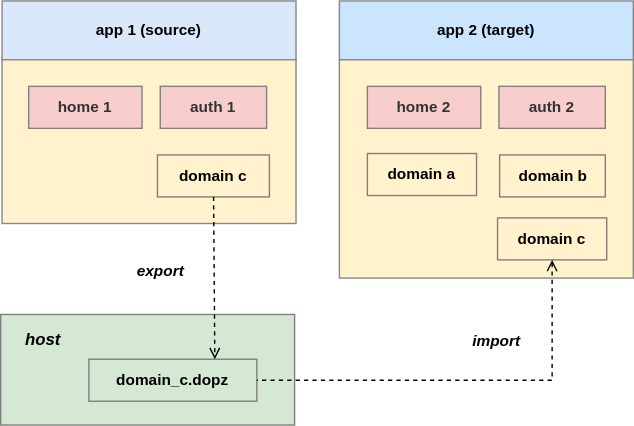
Before: docs/diagrams/pigal_module_flows.drawio.svg, a diagram exported from draw.io (MalcomChumchouaPenda/Pigal-Flask). Source tidied: cells renumbered, new cells last; positions are measured from the earlier drawing's top-left corner, leaving out a move shared by most shapes.
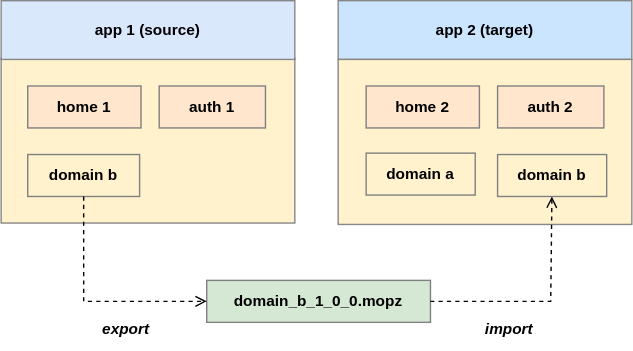
After the commit.

Diff of the diagram source:
```diff
@@ -9,59 +9,54 @@
       <mxGeometry x="242" width="210" height="42" as="geometry" />
     </mxCell>
     <mxCell id="4" value="import" style="text;html=1;strokeColor=none;fillColor=none;align=center;verticalAlign=middle;rounded=0;fontStyle=3;fontSize=11;" parent="1" vertex="1">
-      <mxGeometry x="330" y="228" width="48.8" height="30" as="geometry" />
+      <mxGeometry x="340" y="220" width="48.8" height="30" as="geometry" />
     </mxCell>
     <mxCell id="5" value="app 1 (source)" style="rounded=0;whiteSpace=wrap;html=1;fillColor=#dae8fc;fontStyle=1;fontSize=11;strokeColor=#878787;" parent="1" vertex="1">
       <mxGeometry x="1" width="210" height="42" as="geometry" />
     </mxCell>
     <mxCell id="6" style="rounded=0;whiteSpace=wrap;html=1;fillColor=#FFF2CC;strokeColor=#878787;fontStyle=1;fontSize=11;" parent="1" vertex="1">
-      <mxGeometry x="242" y="42" width="210" height="156" as="geometry" />
+      <mxGeometry x="242" y="42" width="210" height="118" as="geometry" />
     </mxCell>
-    <mxCell id="7" value="home 1" style="text;html=1;align=center;verticalAlign=middle;whiteSpace=wrap;rounded=0;fontSize=11;fontStyle=1;fillColor=#F8CECC;fontColor=#333333;strokeColor=#808080;" parent="1" vertex="1">
+    <mxCell id="7" value="home 1" style="text;html=1;align=center;verticalAlign=middle;whiteSpace=wrap;rounded=0;fontSize=11;fontStyle=1;fillColor=#ffe6cc;strokeColor=#808080;" parent="1" vertex="1">
       <mxGeometry x="20" y="61" width="81" height="30" as="geometry" />
     </mxCell>
-    <mxCell id="8" value="domain c" style="text;html=1;align=center;verticalAlign=middle;whiteSpace=wrap;rounded=0;fontSize=11;fontStyle=1;fillColor=none;strokeColor=#808080;" parent="1" vertex="1">
-      <mxGeometry x="112" y="110" width="80" height="30" as="geometry" />
+    <mxCell id="8" value="domain b" style="text;html=1;align=center;verticalAlign=middle;whiteSpace=wrap;rounded=0;fontSize=11;fontStyle=1;fillColor=none;strokeColor=#808080;" parent="1" vertex="1">
+      <mxGeometry x="20" y="110" width="80" height="30" as="geometry" />
     </mxCell>
-    <mxCell id="9" value="auth 1" style="text;html=1;align=center;verticalAlign=middle;whiteSpace=wrap;rounded=0;fontSize=11;fontStyle=1;fillColor=#F8CECC;fontColor=#333333;strokeColor=#808080;" parent="1" vertex="1">
+    <mxCell id="9" value="auth 1" style="text;html=1;align=center;verticalAlign=middle;whiteSpace=wrap;rounded=0;fontSize=11;fontStyle=1;fillColor=#ffe6cc;strokeColor=#808080;" parent="1" vertex="1">
       <mxGeometry x="114" y="61" width="76" height="30" as="geometry" />
     </mxCell>
-    <mxCell id="10" value="home 2" style="text;html=1;align=center;verticalAlign=middle;whiteSpace=wrap;rounded=0;fontSize=11;fontStyle=1;fillColor=#F8CECC;fontColor=#333333;strokeColor=#808080;" parent="1" vertex="1">
+    <mxCell id="10" value="home 2" style="text;html=1;align=center;verticalAlign=middle;whiteSpace=wrap;rounded=0;fontSize=11;fontStyle=1;fillColor=#FFE6CC;strokeColor=#808080;" parent="1" vertex="1">
       <mxGeometry x="262" y="61" width="81" height="30" as="geometry" />
     </mxCell>
     <mxCell id="11" value="domain a" style="text;html=1;align=center;verticalAlign=middle;whiteSpace=wrap;rounded=0;fontSize=11;fontStyle=1;fillColor=none;strokeColor=#808080;" parent="1" vertex="1">
       <mxGeometry x="262" y="109" width="78" height="30" as="geometry" />
     </mxCell>
-    <mxCell id="12" value="auth 2" style="text;html=1;align=center;verticalAlign=middle;whiteSpace=wrap;rounded=0;fontSize=11;fontStyle=1;fillColor=#F8CECC;fontColor=#333333;strokeColor=#808080;" parent="1" vertex="1">
+    <mxCell id="12" value="auth 2" style="text;html=1;align=center;verticalAlign=middle;whiteSpace=wrap;rounded=0;fontSize=11;fontStyle=1;fillColor=#ffe6cc;strokeColor=#808080;" parent="1" vertex="1">
       <mxGeometry x="356" y="61" width="76" height="30" as="geometry" />
     </mxCell>
-    <mxCell id="13" value="domain b" style="text;html=1;align=center;verticalAlign=middle;whiteSpace=wrap;rounded=0;fontSize=11;fontStyle=1;fillColor=none;strokeColor=#808080;" parent="1" vertex="1">
-      <mxGeometry x="356.5" y="110" width="75.5" height="30" as="geometry" />
-    </mxCell>
-    <mxCell id="14" value="&lt;span style=&quot;font-style: normal;&quot;&gt;domain c&lt;/span&gt;" style="text;html=1;align=center;verticalAlign=middle;whiteSpace=wrap;rounded=0;fontSize=11;fontStyle=3;fillColor=none;strokeColor=#808080;" parent="1" vertex="1">
-      <mxGeometry x="355" y="155" width="78" height="30" as="geometry" />
+    <mxCell id="14" value="&lt;span style=&quot;font-style: normal;&quot;&gt;domain b&lt;/span&gt;" style="text;html=1;align=center;verticalAlign=middle;whiteSpace=wrap;rounded=0;fontSize=11;fontStyle=3;fillColor=none;strokeColor=#808080;" parent="1" vertex="1">
+      <mxGeometry x="356" y="110" width="78" height="30" as="geometry" />
     </mxCell>
-    <mxCell id="15" style="rounded=0;whiteSpace=wrap;html=1;fillColor=#d5e8d4;strokeColor=#808080;fontStyle=1;fontSize=11;" parent="1" vertex="1">
-      <mxGeometry y="224" width="210" height="79" as="geometry" />
-    </mxCell>
-    <mxCell id="16" value="domain_c.dopz" style="text;html=1;align=center;verticalAlign=middle;whiteSpace=wrap;rounded=0;fontSize=11;fontStyle=1;fillColor=none;strokeColor=#808080;" parent="1" vertex="1">
-      <mxGeometry x="63" y="256" width="120" height="30" as="geometry" />
+    <mxCell id="16" value="domain_b_1_0_0.mopz" style="text;html=1;align=center;verticalAlign=middle;whiteSpace=wrap;rounded=0;fontSize=11;fontStyle=1;fillColor=#D5E8D4;strokeColor=#808080;" parent="1" vertex="1">
+      <mxGeometry x="148" y="200" width="160" height="30" as="geometry" />
     </mxCell>
-    <mxCell id="17" value="host" style="text;html=1;strokeColor=none;fillColor=none;align=center;verticalAlign=middle;rounded=0;fontStyle=3;fontSize=12;" parent="1" vertex="1">
-      <mxGeometry x="10" y="227" width="40" height="30" as="geometry" />
-    </mxCell>
-    <mxCell id="18" style="edgeStyle=none;html=1;entryX=0.75;entryY=0;entryDx=0;entryDy=0;endArrow=open;endFill=0;dashed=1;" parent="1" edge="1" source="8" target="16">
-      <mxGeometry relative="1" as="geometry" />
+    <mxCell id="18" style="edgeStyle=none;html=1;entryX=0;entryY=0.5;entryDx=0;entryDy=0;endArrow=open;endFill=0;dashed=1;rounded=0;curved=0;" parent="1" edge="1" source="8" target="16">
+      <mxGeometry relative="1" as="geometry">
+        <Array as="points">
+          <mxPoint x="60" y="215" />
+        </Array>
+      </mxGeometry>
     </mxCell>
     <mxCell id="19" style="edgeStyle=none;html=1;entryX=1;entryY=0.5;entryDx=0;entryDy=0;rounded=0;curved=0;endArrow=none;endFill=0;dashed=1;startArrow=open;startFill=0;" parent="1" edge="1" source="14" target="16">
       <mxGeometry relative="1" as="geometry">
         <Array as="points">
-          <mxPoint x="394" y="271" />
+          <mxPoint x="394" y="215" />
         </Array>
       </mxGeometry>
     </mxCell>
     <mxCell id="20" value="export" style="text;html=1;strokeColor=none;fillColor=none;align=center;verticalAlign=middle;rounded=0;fontStyle=3;fontSize=11;" parent="1" vertex="1">
-      <mxGeometry x="90" y="178" width="47.8" height="30" as="geometry" />
+      <mxGeometry x="66.2" y="220" width="47.8" height="30" as="geometry" />
     </mxCell>
   </root>
 </mxGraphModel>
```
